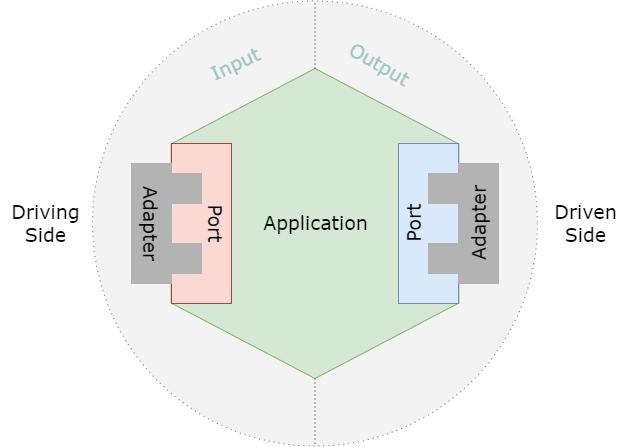
guxdong/imgrepo keeps this draw.io diagram as pic/六边形架构.drawio.png. Above is the earlier version. Source tidied: cells renumbered, new cells last; positions are measured from the earlier drawing's top-left corner, leaving out a move shared by most shapes.
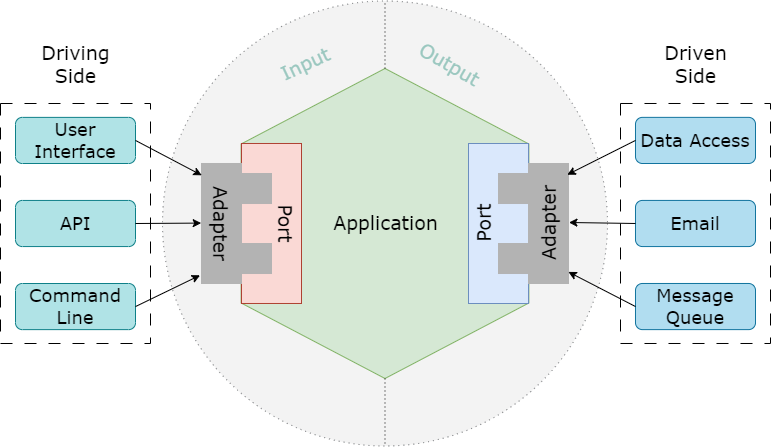
Above is the later version.

Commit message:
更新六边形架构.drawio.png

The edit, as a diff of the source:
```diff
@@ -69,10 +69,52 @@
       <mxGeometry x="334" y="44.1" width="90" height="40" as="geometry" />
     </mxCell>
     <mxCell id="24" value="Driving&lt;br&gt;Side" style="text;html=1;align=center;verticalAlign=middle;strokeColor=none;fillColor=none;fontSize=19;fontStyle=0;fontFamily=Verdana;" parent="1" vertex="1">
-      <mxGeometry y="193" width="90" height="60" as="geometry" />
+      <mxGeometry x="-40" y="34.1" width="90" height="60" as="geometry" />
     </mxCell>
     <mxCell id="25" value="Driven&lt;br&gt;Side" style="text;html=1;align=center;verticalAlign=middle;strokeColor=none;fillColor=none;fontSize=19;fontStyle=0;fontFamily=Verdana;" parent="1" vertex="1">
-      <mxGeometry x="540" y="193" width="90" height="60" as="geometry" />
+      <mxGeometry x="580" y="34.1" width="90" height="60" as="geometry" />
     </mxCell>
+    <mxCell id="26" value="&lt;font&gt;Data Access&lt;/font&gt;" style="rounded=1;whiteSpace=wrap;html=1;fontSize=18;fontFamily=Verdana;fillColor=#b1ddf0;strokeColor=#10739e;" parent="1" vertex="1">
+      <mxGeometry x="565" y="116.9" width="120" height="46.1" as="geometry" />
+    </mxCell>
+    <mxCell id="27" value="&lt;font&gt;Email&lt;/font&gt;" style="rounded=1;whiteSpace=wrap;html=1;fontSize=18;fontFamily=Verdana;fillColor=#b1ddf0;strokeColor=#10739e;" parent="1" vertex="1">
+      <mxGeometry x="565" y="199.9" width="120" height="46.1" as="geometry" />
+    </mxCell>
+    <mxCell id="28" value="&lt;font&gt;Message Queue&lt;/font&gt;" style="rounded=1;whiteSpace=wrap;html=1;fontSize=18;fontFamily=Verdana;fillColor=#b1ddf0;strokeColor=#10739e;" parent="1" vertex="1">
+      <mxGeometry x="565" y="283" width="120" height="46.1" as="geometry" />
+    </mxCell>
+    <mxCell id="29" value="&lt;font&gt;User Interface&lt;/font&gt;" style="rounded=1;whiteSpace=wrap;html=1;fontSize=18;fontFamily=Verdana;fillColor=#b0e3e6;strokeColor=#0e8088;" parent="1" vertex="1">
+      <mxGeometry x="-55" y="116.9" width="120" height="46.1" as="geometry" />
+    </mxCell>
+    <mxCell id="30" value="&lt;font&gt;API&lt;/font&gt;" style="rounded=1;whiteSpace=wrap;html=1;fontSize=18;fontFamily=Verdana;fillColor=#b0e3e6;strokeColor=#0e8088;" parent="1" vertex="1">
+      <mxGeometry x="-55" y="199.9" width="120" height="46.1" as="geometry" />
+    </mxCell>
+    <mxCell id="31" value="Command Line" style="rounded=1;whiteSpace=wrap;html=1;fontSize=18;fontFamily=Verdana;fillColor=#b0e3e6;strokeColor=#0e8088;" parent="1" vertex="1">
+      <mxGeometry x="-55" y="283" width="120" height="46.1" as="geometry" />
+    </mxCell>
+    <mxCell id="32" style="endArrow=classic;html=1;rounded=0;exitX=1;exitY=0.5;exitDx=0;exitDy=0;entryX=0.018;entryY=0.969;entryDx=0;entryDy=0;entryPerimeter=0;" parent="1" edge="1" source="29" target="11">
+      <mxGeometry relative="1" as="geometry" />
+    </mxCell>
+    <mxCell id="33" style="endArrow=classic;html=1;rounded=0;entryX=0.496;entryY=0.983;entryDx=0;entryDy=0;entryPerimeter=0;exitX=1;exitY=0.5;exitDx=0;exitDy=0;" parent="1" edge="1" source="30" target="11">
+      <mxGeometry relative="1" as="geometry" />
+    </mxCell>
+    <mxCell id="34" style="endArrow=classic;html=1;rounded=0;entryX=1.018;entryY=1.011;entryDx=0;entryDy=0;entryPerimeter=0;exitX=1;exitY=0.5;exitDx=0;exitDy=0;" parent="1" edge="1" source="31" target="11">
+      <mxGeometry relative="1" as="geometry" />
+    </mxCell>
+    <mxCell id="35" style="endArrow=classic;html=1;rounded=0;entryX=0.988;entryY=0.945;entryDx=0;entryDy=0;entryPerimeter=0;exitX=0;exitY=0.5;exitDx=0;exitDy=0;" parent="1" edge="1" source="26" target="19">
+      <mxGeometry relative="1" as="geometry" />
+    </mxCell>
+    <mxCell id="36" style="endArrow=classic;html=1;rounded=0;entryX=0.51;entryY=0.986;entryDx=0;entryDy=0;entryPerimeter=0;exitX=0;exitY=0.5;exitDx=0;exitDy=0;" parent="1" edge="1" source="27" target="19">
+      <mxGeometry relative="1" as="geometry" />
+    </mxCell>
+    <mxCell id="37" style="endArrow=classic;html=1;rounded=0;entryX=0.016;entryY=0.972;entryDx=0;entryDy=0;entryPerimeter=0;exitX=0;exitY=0.5;exitDx=0;exitDy=0;" parent="1" edge="1" source="28" target="19">
+      <mxGeometry relative="1" as="geometry" />
+    </mxCell>
+    <mxCell id="38" style="rounded=0;whiteSpace=wrap;html=1;fillColor=none;dashed=1;dashPattern=12 12;" parent="1" vertex="1">
+      <mxGeometry x="-70" y="103" width="150" height="240" as="geometry" />
+    </mxCell>
+    <mxCell id="39" style="rounded=0;whiteSpace=wrap;html=1;fillColor=none;dashed=1;dashPattern=12 12;" parent="1" vertex="1">
+      <mxGeometry x="550" y="103" width="150" height="240" as="geometry" />
+    </mxCell>
   </root>
 </mxGraphModel>
```
